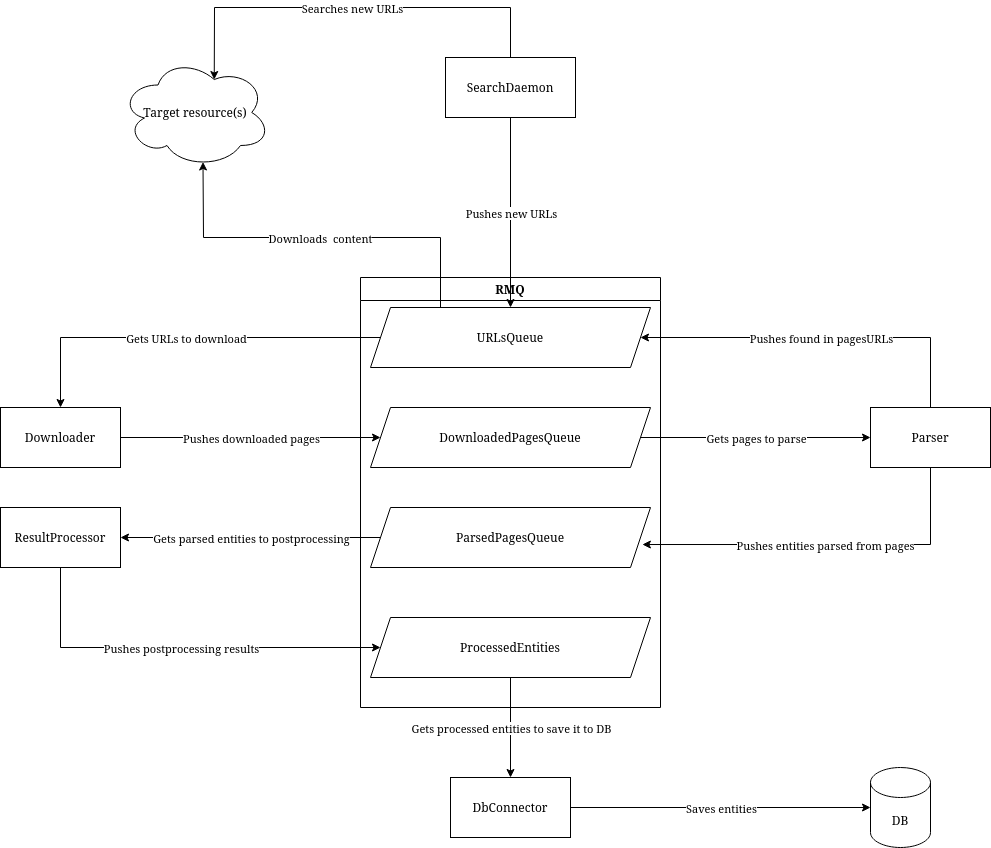
This is images/scheme.png from ISShumeev/tmp-rep, a draw.io export, as it was before one commit. Source tidied: cells renumbered, new cells last; positions are measured from the earlier drawing's top-left corner, leaving out a move shared by most shapes. Source of this version:
```xml
<mxGraphModel>
  <root>
    <mxCell id="0" />
    <mxCell id="1" parent="0" />
    <mxCell id="2" value="&lt;div&gt;Downloader&lt;/div&gt;" style="rounded=0;whiteSpace=wrap;html=1;" parent="1" vertex="1">
      <mxGeometry y="400" width="120" height="60" as="geometry" />
    </mxCell>
    <mxCell id="3" value="&lt;div&gt;Parser&lt;/div&gt;" style="rounded=0;whiteSpace=wrap;html=1;" parent="1" vertex="1">
      <mxGeometry x="870" y="400" width="120" height="60" as="geometry" />
    </mxCell>
    <mxCell id="4" value="&lt;div&gt;ResultProcessor&lt;/div&gt;" style="rounded=0;whiteSpace=wrap;html=1;" parent="1" vertex="1">
      <mxGeometry y="500" width="120" height="60" as="geometry" />
    </mxCell>
    <mxCell id="5" value="DbConnector" style="rounded=0;whiteSpace=wrap;html=1;" parent="1" vertex="1">
      <mxGeometry x="450" y="770" width="120" height="60" as="geometry" />
    </mxCell>
    <mxCell id="6" value="DB" style="shape=cylinder3;whiteSpace=wrap;html=1;boundedLbl=1;backgroundOutline=1;size=15;" parent="1" vertex="1">
      <mxGeometry x="870" y="760" width="60" height="80" as="geometry" />
    </mxCell>
    <mxCell id="7" value="SearchDaemon" style="rounded=0;whiteSpace=wrap;html=1;" parent="1" vertex="1">
      <mxGeometry x="445" y="50" width="130" height="60" as="geometry" />
    </mxCell>
    <mxCell id="8" value="RMQ" style="swimlane;whiteSpace=wrap;html=1;" parent="1" vertex="1">
      <mxGeometry x="360" y="270" width="300" height="430" as="geometry" />
    </mxCell>
    <mxCell id="9" value="URLsQueue" style="shape=parallelogram;perimeter=parallelogramPerimeter;whiteSpace=wrap;html=1;fixedSize=1;" parent="8" vertex="1">
      <mxGeometry x="10" y="30" width="280" height="60" as="geometry" />
    </mxCell>
    <mxCell id="10" value="DownloadedPagesQueue" style="shape=parallelogram;perimeter=parallelogramPerimeter;whiteSpace=wrap;html=1;fixedSize=1;" parent="8" vertex="1">
      <mxGeometry x="10" y="130" width="280" height="60" as="geometry" />
    </mxCell>
    <mxCell id="11" value="ParsedPagesQueue" style="shape=parallelogram;perimeter=parallelogramPerimeter;whiteSpace=wrap;html=1;fixedSize=1;" parent="8" vertex="1">
      <mxGeometry x="10" y="230" width="280" height="60" as="geometry" />
    </mxCell>
    <mxCell id="12" value="ProcessedEntities" style="shape=parallelogram;perimeter=parallelogramPerimeter;whiteSpace=wrap;html=1;fixedSize=1;" parent="8" vertex="1">
      <mxGeometry x="10" y="340" width="280" height="60" as="geometry" />
    </mxCell>
    <mxCell id="13" style="endArrow=classic;html=1;rounded=0;exitX=0;exitY=0.5;exitDx=0;exitDy=0;entryX=0.5;entryY=0;entryDx=0;entryDy=0;" parent="1" edge="1" source="9" target="2">
      <mxGeometry relative="1" as="geometry">
        <Array as="points">
          <mxPoint x="60" y="330" />
        </Array>
      </mxGeometry>
    </mxCell>
    <mxCell id="14" value="Gets URLs to download" style="edgeLabel;html=1;align=center;verticalAlign=middle;" parent="13" vertex="1">
      <mxGeometry relative="1" as="geometry" />
    </mxCell>
    <mxCell id="15" style="endArrow=classic;html=1;rounded=0;exitX=1;exitY=0.5;exitDx=0;exitDy=0;entryX=0;entryY=0.5;entryDx=0;entryDy=0;" parent="1" edge="1" source="2" target="10">
      <mxGeometry relative="1" as="geometry">
        <Array as="points">
          <mxPoint x="310" y="430" />
        </Array>
      </mxGeometry>
    </mxCell>
    <mxCell id="16" value="Pushes downloaded pages" style="edgeLabel;html=1;align=center;verticalAlign=middle;" parent="15" vertex="1">
      <mxGeometry relative="1" as="geometry" />
    </mxCell>
    <mxCell id="17" style="endArrow=classic;html=1;rounded=0;exitX=1;exitY=0.5;exitDx=0;exitDy=0;entryX=0;entryY=0.5;entryDx=0;entryDy=0;" parent="1" edge="1" source="10" target="3">
      <mxGeometry relative="1" as="geometry" />
    </mxCell>
    <mxCell id="18" value="Gets pages to parse" style="edgeLabel;html=1;align=center;verticalAlign=middle;" parent="17" vertex="1">
      <mxGeometry relative="1" as="geometry" />
    </mxCell>
    <mxCell id="19" style="endArrow=classic;html=1;rounded=0;exitX=0.5;exitY=0;exitDx=0;exitDy=0;entryX=1;entryY=0.5;entryDx=0;entryDy=0;" parent="1" edge="1" source="3" target="9">
      <mxGeometry relative="1" as="geometry">
        <Array as="points">
          <mxPoint x="930" y="330" />
        </Array>
      </mxGeometry>
    </mxCell>
    <mxCell id="20" value="Pushes found in pagesURLs" style="edgeLabel;html=1;align=center;verticalAlign=middle;" parent="19" vertex="1">
      <mxGeometry relative="1" as="geometry" />
    </mxCell>
    <mxCell id="21" style="endArrow=classic;html=1;rounded=0;exitX=0.5;exitY=1;exitDx=0;exitDy=0;entryX=0.971;entryY=0.617;entryDx=0;entryDy=0;entryPerimeter=0;" parent="1" edge="1" source="3" target="11">
      <mxGeometry relative="1" as="geometry">
        <Array as="points">
          <mxPoint x="930" y="537" />
        </Array>
      </mxGeometry>
    </mxCell>
    <mxCell id="22" value="Pushes entities parsed from pages" style="edgeLabel;html=1;align=center;verticalAlign=middle;" parent="21" vertex="1">
      <mxGeometry relative="1" as="geometry" />
    </mxCell>
    <mxCell id="23" style="endArrow=classic;html=1;rounded=0;exitX=0;exitY=0.5;exitDx=0;exitDy=0;entryX=1;entryY=0.5;entryDx=0;entryDy=0;" parent="1" edge="1" source="11" target="4">
      <mxGeometry relative="1" as="geometry" />
    </mxCell>
    <mxCell id="24" value="Gets parsed entities to postprocessing" style="edgeLabel;html=1;align=center;verticalAlign=middle;" parent="23" vertex="1">
      <mxGeometry relative="1" as="geometry" />
    </mxCell>
    <mxCell id="25" style="endArrow=classic;html=1;rounded=0;exitX=0.5;exitY=1;exitDx=0;exitDy=0;entryX=0;entryY=0.5;entryDx=0;entryDy=0;" parent="1" edge="1" source="4" target="12">
      <mxGeometry relative="1" as="geometry">
        <Array as="points">
          <mxPoint x="60" y="640" />
        </Array>
      </mxGeometry>
    </mxCell>
    <mxCell id="26" value="Pushes postprocessing results" style="edgeLabel;html=1;align=center;verticalAlign=middle;" parent="25" vertex="1">
      <mxGeometry relative="1" as="geometry" />
    </mxCell>
    <mxCell id="27" style="endArrow=classic;html=1;rounded=0;exitX=0.5;exitY=1;exitDx=0;exitDy=0;entryX=0.5;entryY=0;entryDx=0;entryDy=0;" parent="1" edge="1" source="12" target="5">
      <mxGeometry relative="1" as="geometry" />
    </mxCell>
    <mxCell id="28" value="&lt;div&gt;Gets processed entities to save it to DB&lt;/div&gt;" style="edgeLabel;html=1;align=center;verticalAlign=middle;" parent="27" vertex="1">
      <mxGeometry relative="1" as="geometry" />
    </mxCell>
    <mxCell id="29" style="endArrow=classic;html=1;rounded=0;exitX=1;exitY=0.5;exitDx=0;exitDy=0;entryX=0;entryY=0.5;entryDx=0;entryDy=0;entryPerimeter=0;" parent="1" edge="1" source="5" target="6">
      <mxGeometry relative="1" as="geometry" />
    </mxCell>
    <mxCell id="30" value="Saves entities" style="edgeLabel;html=1;align=center;verticalAlign=middle;" parent="29" vertex="1">
      <mxGeometry relative="1" as="geometry" />
    </mxCell>
    <mxCell id="31" value="Target resource(s)" style="ellipse;shape=cloud;whiteSpace=wrap;html=1;" parent="1" vertex="1">
      <mxGeometry x="120" y="50" width="150" height="110" as="geometry" />
    </mxCell>
    <mxCell id="32" style="endArrow=classic;html=1;rounded=0;exitX=0.5;exitY=1;exitDx=0;exitDy=0;entryX=0.5;entryY=0;entryDx=0;entryDy=0;" parent="1" edge="1" source="7" target="9">
      <mxGeometry relative="1" as="geometry" />
    </mxCell>
    <mxCell id="33" value="Pushes new URLs" style="edgeLabel;html=1;align=center;verticalAlign=middle;" parent="32" vertex="1">
      <mxGeometry relative="1" as="geometry" />
    </mxCell>
    <mxCell id="34" style="endArrow=classic;html=1;rounded=0;exitX=0.25;exitY=0;exitDx=0;exitDy=0;entryX=0.55;entryY=0.95;entryDx=0;entryDy=0;entryPerimeter=0;" parent="1" edge="1" source="9" target="31">
      <mxGeometry relative="1" as="geometry">
        <Array as="points">
          <mxPoint x="440" y="230" />
          <mxPoint x="203" y="230" />
        </Array>
      </mxGeometry>
    </mxCell>
    <mxCell id="35" value="Downloads&amp;nbsp; content" style="edgeLabel;html=1;align=center;verticalAlign=middle;" parent="34" vertex="1">
      <mxGeometry relative="1" as="geometry" />
    </mxCell>
    <mxCell id="36" style="endArrow=classic;html=1;rounded=0;exitX=0.5;exitY=0;exitDx=0;exitDy=0;entryX=0.625;entryY=0.2;entryDx=0;entryDy=0;entryPerimeter=0;" parent="1" edge="1" source="7" target="31">
      <mxGeometry relative="1" as="geometry">
        <Array as="points">
          <mxPoint x="510" />
          <mxPoint x="214" />
        </Array>
      </mxGeometry>
    </mxCell>
    <mxCell id="37" value="Searches new URLs" style="edgeLabel;html=1;align=center;verticalAlign=middle;" parent="36" vertex="1">
      <mxGeometry relative="1" as="geometry" />
    </mxCell>
  </root>
</mxGraphModel>
```
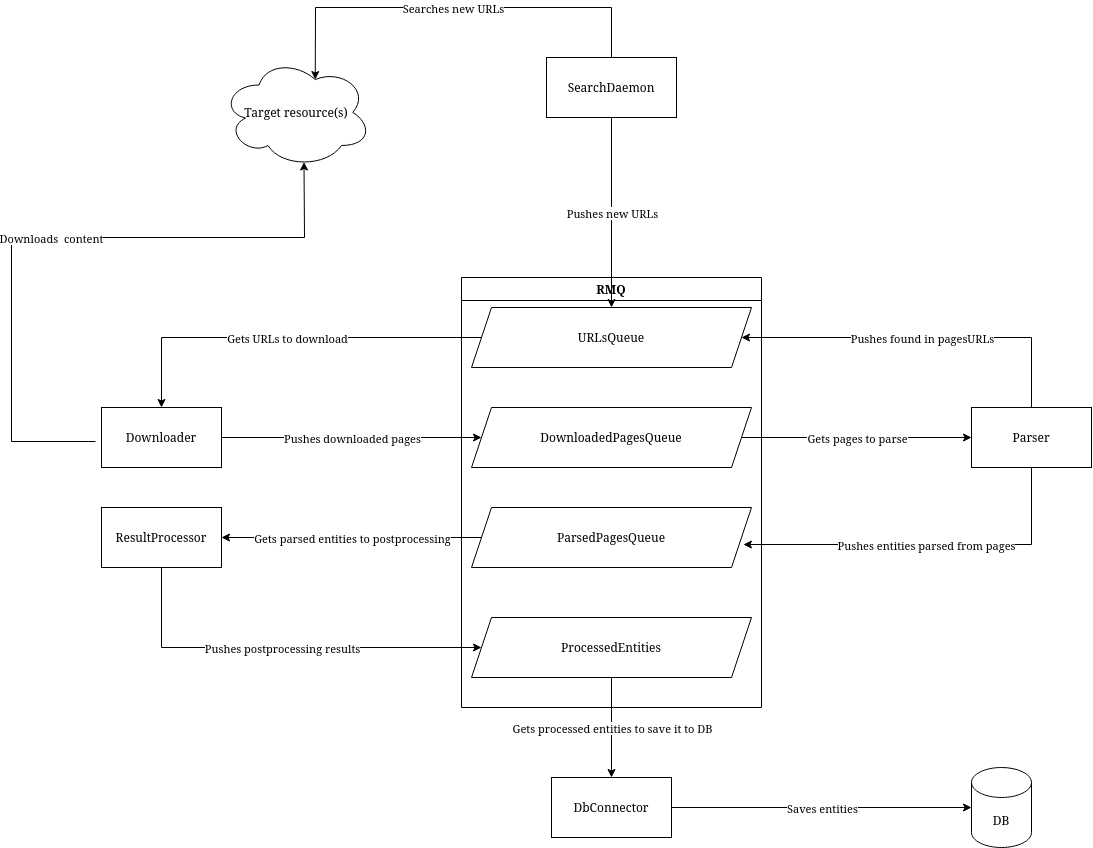
After the change.

Diff of the diagram source:
```diff
@@ -118,10 +118,11 @@
     <mxCell id="33" value="Pushes new URLs" style="edgeLabel;html=1;align=center;verticalAlign=middle;" parent="32" vertex="1">
       <mxGeometry relative="1" as="geometry" />
     </mxCell>
-    <mxCell id="34" style="endArrow=classic;html=1;rounded=0;exitX=0.25;exitY=0;exitDx=0;exitDy=0;entryX=0.55;entryY=0.95;entryDx=0;entryDy=0;entryPerimeter=0;" parent="1" edge="1" source="9" target="31">
+    <mxCell id="34" style="endArrow=classic;html=1;rounded=0;entryX=0.55;entryY=0.95;entryDx=0;entryDy=0;entryPerimeter=0;exitX=-0.05;exitY=0.567;exitDx=0;exitDy=0;exitPerimeter=0;" parent="1" edge="1" source="2" target="31">
       <mxGeometry relative="1" as="geometry">
         <Array as="points">
-          <mxPoint x="440" y="230" />
+          <mxPoint x="-90" y="434" />
+          <mxPoint x="-90" y="230" />
           <mxPoint x="203" y="230" />
         </Array>
       </mxGeometry>
```
